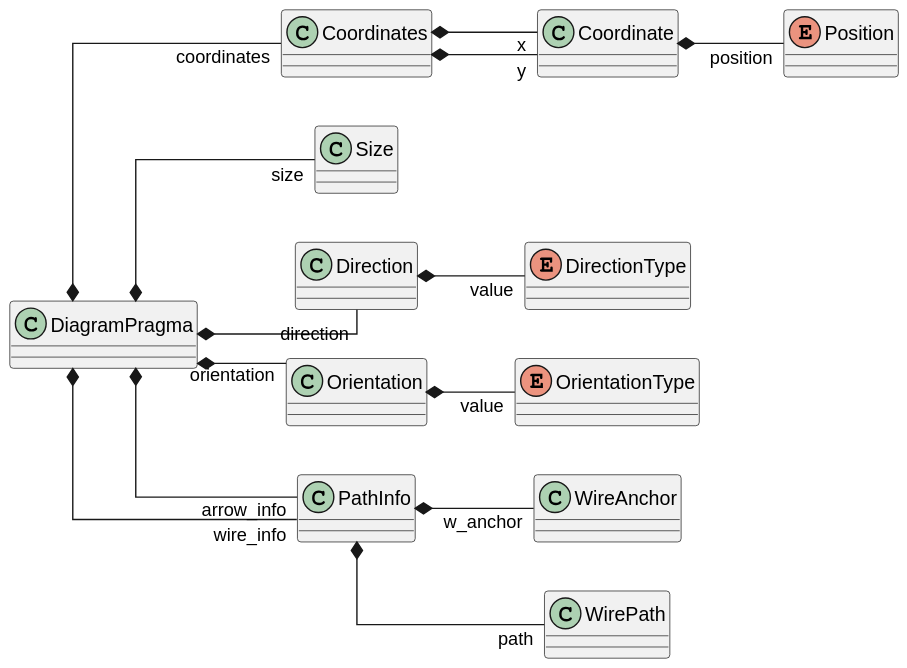
ansys/pyscadeone keeps this PlantUML diagram as doc/source/api/language/pragmas/diagram_pragma.svg. Above is the earlier version. The source it was exported from:
```plantuml
@startuml
left to right direction
skinparam linetype ortho

enum Position
enum DirectionType
enum OrientationType

DiagramPragma *--"coordinates" Coordinates
DiagramPragma *--"size" Size
DiagramPragma *--"direction" Direction
DiagramPragma *--"orientation" Orientation
DiagramPragma *--"wire_info" PathInfo
DiagramPragma *--"arrow_info" PathInfo
Coordinates *--"x" Coordinate
Coordinates *--"y" Coordinate
Coordinate *--"position" Position
Direction *--"value" DirectionType
Orientation *--"value" OrientationType
PathInfo *--"w_anchor" WireAnchor
PathInfo *--"path" WirePath
@enduml
```
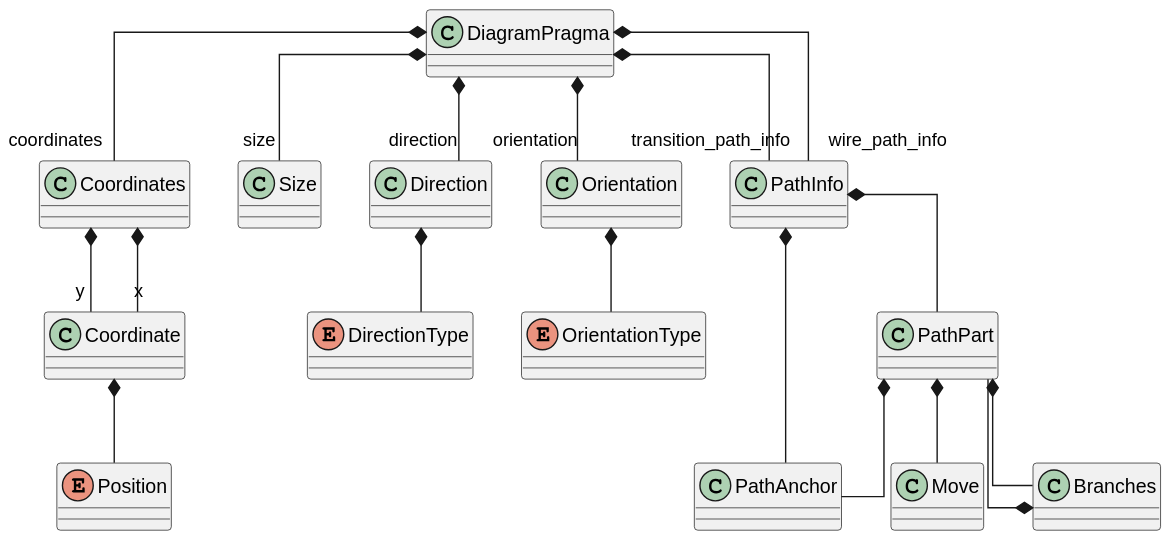
Above is the later version.

The edit, as a diff of the source:
```diff
@@ -1,5 +1,4 @@
 @startuml
-left to right direction
 skinparam linetype ortho
 
 enum Position
@@ -10,13 +9,17 @@
 DiagramPragma *--"size" Size
 DiagramPragma *--"direction" Direction
 DiagramPragma *--"orientation" Orientation
-DiagramPragma *--"wire_info" PathInfo
-DiagramPragma *--"arrow_info" PathInfo
+DiagramPragma *--"wire_path_info" PathInfo
+DiagramPragma *--"transition_path_info" PathInfo
 Coordinates *--"x" Coordinate
 Coordinates *--"y" Coordinate
-Coordinate *--"position" Position
-Direction *--"value" DirectionType
-Orientation *--"value" OrientationType
-PathInfo *--"w_anchor" WireAnchor
-PathInfo *--"path" WirePath
+Coordinate *-- Position
+Direction *-- DirectionType
+Orientation *-- OrientationType
+PathInfo *-- PathAnchor
+PathInfo *-- PathPart
+PathPart *-- Move
+PathPart *-- PathAnchor
+PathPart *-- Branches
+Branches *-- PathPart
 @enduml
```
